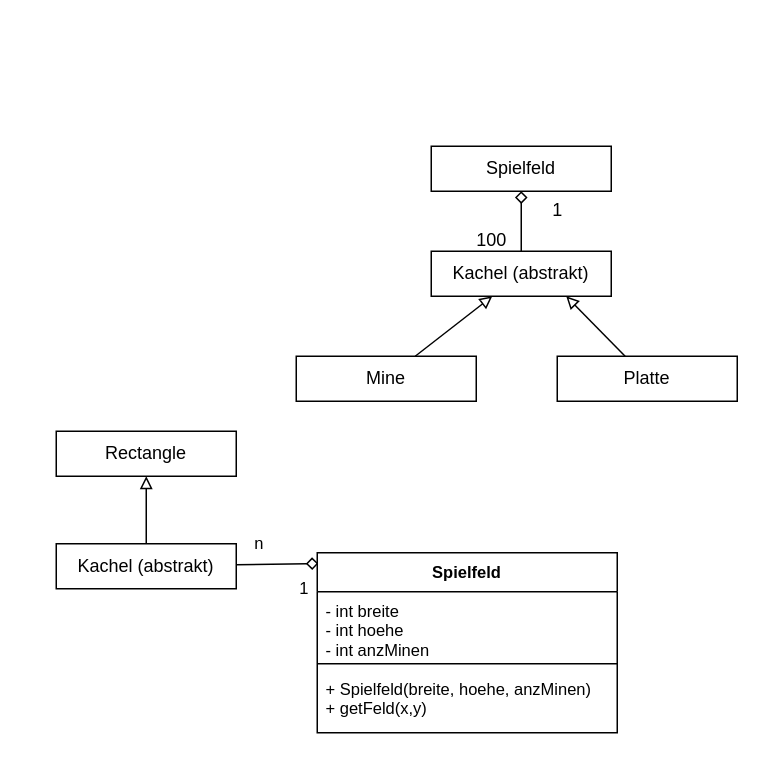
The draw.io diagram 00Informatik/OIDE_Minesweeper/Klassendiagramme.drawio in Hi2272/Hi2272.github.io, before the edit. Source tidied: cells renumbered, new cells numbered last; positions are measured from the earlier drawing's top-left corner, leaving out a move shared by most shapes. Both pictures are drawn from the tidied source at 150%, with x=0, y=0 at pixel (56, 146).
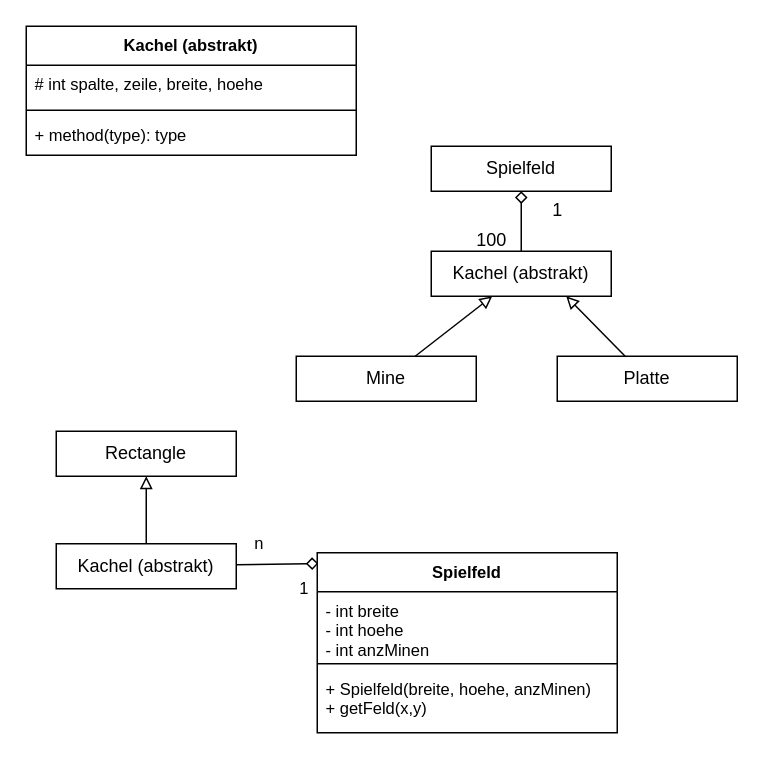
After the change.

What changed in the source:
```diff
@@
+    <mxCell id="21" value="Kachel (abstrakt)" style="swimlane;fontStyle=1;align=center;verticalAlign=top;horizontal=1;startSize=26;whiteSpace=wrap;html=1;fontFamily=Helvetica;fontSize=11;fontColor=default;labelBackgroundColor=default;" parent="1" vertex="1">
+      <mxGeometry x="-20" y="-80" width="220" height="86" as="geometry" />
+    </mxCell>
+    <mxCell id="22" value="# int spalte, zeile, breite, hoehe" style="text;strokeColor=none;fillColor=none;align=left;verticalAlign=top;spacingLeft=4;spacingRight=4;overflow=hidden;whiteSpace=wrap;html=1;fontFamily=Helvetica;fontSize=11;fontColor=default;labelBackgroundColor=default;" parent="21" vertex="1">
+      <mxGeometry y="26" width="220" height="26" as="geometry" />
+    </mxCell>
+    <mxCell id="23" style="line;strokeWidth=1;fillColor=none;align=left;verticalAlign=middle;spacingTop=-1;spacingLeft=3;spacingRight=3;labelPosition=right;strokeColor=inherit;fontFamily=Helvetica;fontSize=11;fontColor=default;labelBackgroundColor=default;" parent="21" vertex="1">
+      <mxGeometry y="52" width="220" height="8" as="geometry" />
+    </mxCell>
+    <mxCell id="24" value="+ method(type): type" style="text;strokeColor=none;fillColor=none;align=left;verticalAlign=top;spacingLeft=4;spacingRight=4;overflow=hidden;whiteSpace=wrap;html=1;fontFamily=Helvetica;fontSize=11;fontColor=default;labelBackgroundColor=default;" parent="21" vertex="1">
+      <mxGeometry y="60" width="220" height="26" as="geometry" />
+    </mxCell>
```
